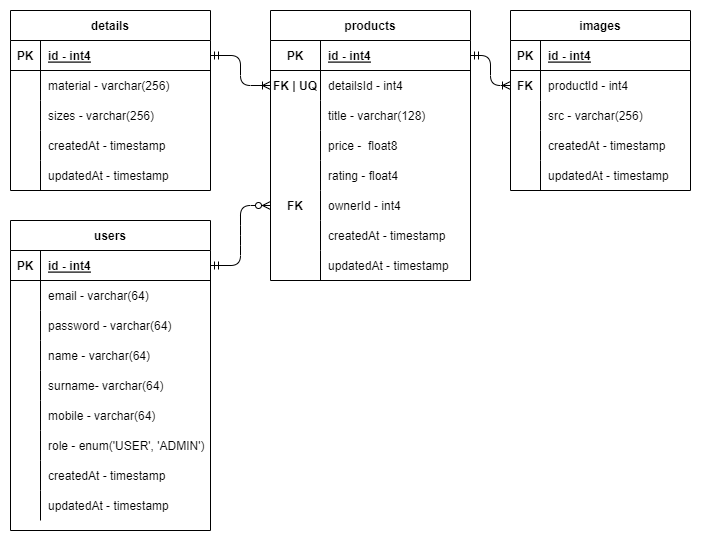
Before: sql/products-schema.png, a diagram exported from draw.io (MariusDevelops/node-server). Source tidied: cells renumbered, new cells last; positions are measured from the earlier drawing's top-left corner, leaving out a move shared by most shapes.
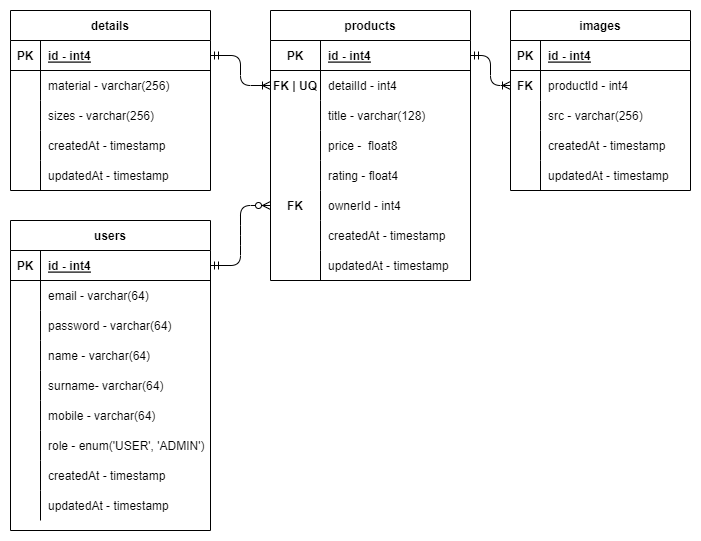
The same file after the commit.

Diff of the diagram source:
```diff
@@ -116,7 +116,7 @@
     <mxCell id="39" value="FK | UQ" style="shape=partialRectangle;fillColor=none;top=0;left=0;bottom=0;right=0;overflow=hidden;fontStyle=1;" parent="38" vertex="1">
       <mxGeometry width="50" height="30" as="geometry" />
     </mxCell>
-    <mxCell id="40" value="detailsId - int4" style="shape=partialRectangle;fillColor=none;top=0;left=0;bottom=0;right=0;align=left;spacingLeft=6;overflow=hidden;" parent="38" vertex="1">
+    <mxCell id="40" value="detailId - int4" style="shape=partialRectangle;fillColor=none;top=0;left=0;bottom=0;right=0;align=left;spacingLeft=6;overflow=hidden;" parent="38" vertex="1">
       <mxGeometry x="50" width="150" height="30" as="geometry" />
     </mxCell>
     <mxCell id="41" style="shape=tableRow;horizontal=0;startSize=0;swimlaneHead=0;swimlaneBody=0;fillColor=none;top=0;left=0;right=0;bottom=0;" parent="34" vertex="1">
```
